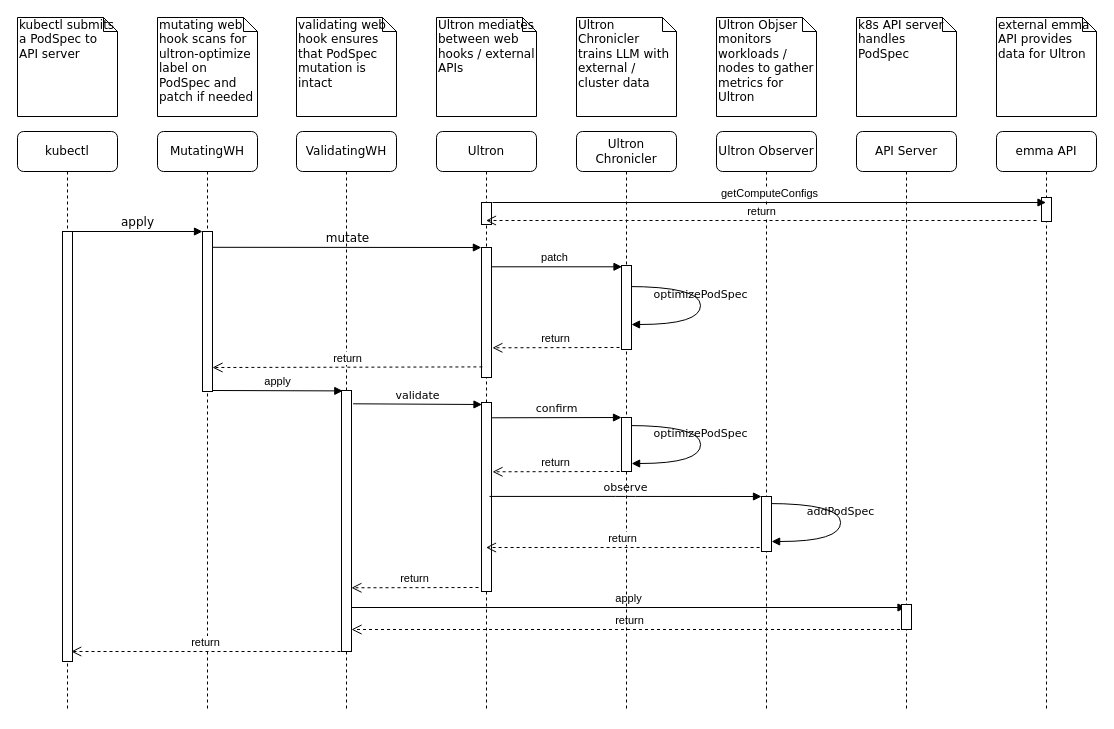
This is page "Sequence Diagram" (2 of 2) of docs/ultron.drawio from be-heroes/ultron, a draw.io file, before an edit. Source tidied: cells renumbered, new cells numbered last; positions are measured from the earlier drawing's top-left corner, leaving out a move shared by most shapes. Both pictures are drawn from the tidied source at 100%, with x=0, y=0 at pixel (17, 17).
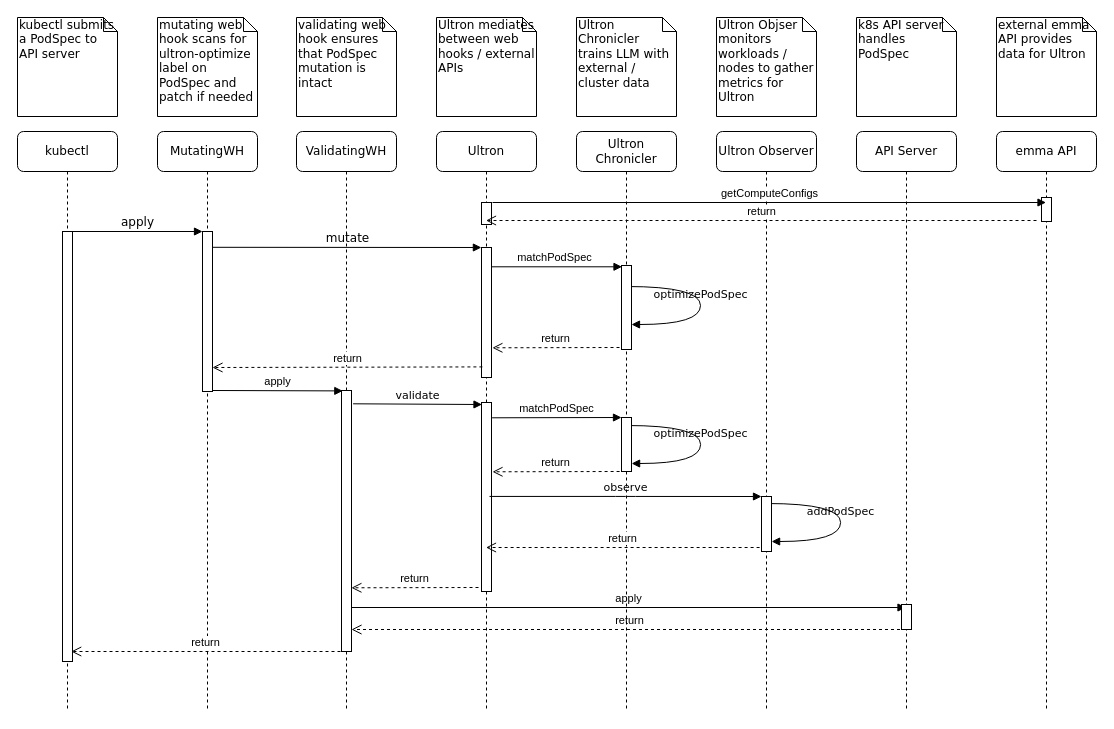
The same page after the edit.

Commit message (it also covers changes not shown here):
rename ComputePodSpec => MatchPodSpec

The change refers to these unchanged cells:
```xml
<mxCell id="11" value="Ultron" style="shape=umlLifeline;perimeter=lifelinePerimeter;whiteSpace=wrap;html=1;outlineConnect=0;rounded=1;shadow=0;comic=0;labelBackgroundColor=none;strokeWidth=1;fontFamily=Verdana;fontSize=12;align=center;" parent="1" vertex="1">
  <mxGeometry x="419" y="114" width="100" height="580" as="geometry" />
</mxCell>
<mxCell id="17" value="Ultron Chronicler" style="shape=umlLifeline;perimeter=lifelinePerimeter;whiteSpace=wrap;html=1;rounded=1;shadow=0;comic=0;labelBackgroundColor=none;strokeWidth=1;fontFamily=Verdana;fontSize=12;align=center;" parent="1" vertex="1">
  <mxGeometry x="559" y="114" width="100" height="580" as="geometry" />
</mxCell>
```

Diff of the diagram source:
```diff
@@
-    <mxCell id="12" value="patch" style="html=1;verticalAlign=bottom;endArrow=block;curved=0;rounded=0;" parent="11" edge="1" source="11">
+    <mxCell id="12" value="matchPodSpec" style="html=1;verticalAlign=bottom;endArrow=block;curved=0;rounded=0;" parent="11" edge="1" source="11">
       <mxGeometry relative="1" as="geometry">
         <mxPoint x="185.5" y="135.3" as="targetPoint" />
       </mxGeometry>
     </mxCell>
@@
-    <mxCell id="21" value="confirm" style="html=1;verticalAlign=bottom;endArrow=block;labelBackgroundColor=none;fontFamily=Verdana;fontSize=11;edgeStyle=elbowEdgeStyle;elbow=vertical;entryX=0.05;entryY=0.009;entryDx=0;entryDy=0;entryPerimeter=0;" parent="17" edge="1">
+    <mxCell id="21" value="&lt;span style=&quot;font-family: Helvetica; background-color: rgb(255, 255, 255);&quot;&gt;matchPodSpec&lt;/span&gt;" style="html=1;verticalAlign=bottom;endArrow=block;labelBackgroundColor=none;fontFamily=Verdana;fontSize=11;edgeStyle=elbowEdgeStyle;elbow=vertical;entryX=0.05;entryY=0.009;entryDx=0;entryDy=0;entryPerimeter=0;" parent="17" edge="1">
       <mxGeometry relative="1" as="geometry">
         <mxPoint x="-84.4" y="286.3" as="sourcePoint" />
         <mxPoint x="45" y="286" as="targetPoint" />
       </mxGeometry>
     </mxCell>
```
